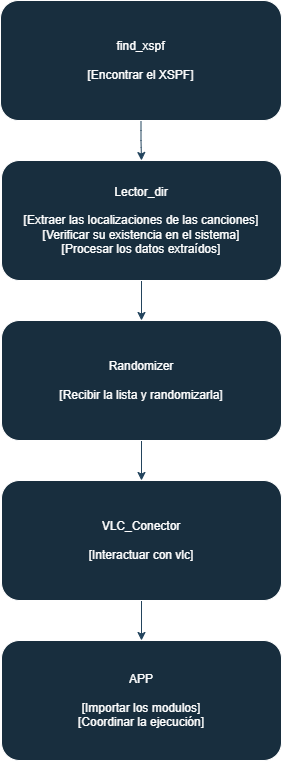
This is Diagrama_de_arquitectura.png from VoctorSN/Proyecto_Diciembre, a draw.io export, as it was before one commit. Source tidied: cells renumbered, new cells last; positions are measured from the earlier drawing's top-left corner, leaving out a move shared by most shapes. Source of this version:
```xml
<mxGraphModel>
  <root>
    <mxCell id="0" />
    <mxCell id="1" parent="0" />
    <mxCell id="2" style="edgeStyle=orthogonalEdgeStyle;rounded=1;jettySize=auto;html=1;exitX=0.5;exitY=1;exitDx=0;exitDy=0;entryX=0.5;entryY=0;entryDx=0;entryDy=0;labelBackgroundColor=none;strokeColor=#23445D;fontColor=default;" parent="1" edge="1" source="3" target="5">
      <mxGeometry relative="1" as="geometry" />
    </mxCell>
    <mxCell id="3" value="find_xspf&lt;br&gt;&lt;br&gt;[Encontrar el XSPF]" style="rounded=1;whiteSpace=wrap;html=1;labelBackgroundColor=none;fillColor=#182E3E;strokeColor=#FFFFFF;fontColor=#FFFFFF;" parent="1" vertex="1">
      <mxGeometry width="281" height="120" as="geometry" />
    </mxCell>
    <mxCell id="4" style="edgeStyle=orthogonalEdgeStyle;rounded=1;jettySize=auto;html=1;exitX=0.5;exitY=1;exitDx=0;exitDy=0;entryX=0.5;entryY=0;entryDx=0;entryDy=0;labelBackgroundColor=none;strokeColor=#23445D;fontColor=default;" parent="1" edge="1" source="5" target="7">
      <mxGeometry relative="1" as="geometry" />
    </mxCell>
    <mxCell id="5" value="Lector_dir&lt;br&gt;&lt;br&gt;[Extraer las localizaciones de las canciones]&lt;br&gt;[Verificar su existencia en el sistema]&lt;br&gt;[Procesar los datos extraídos]" style="rounded=1;whiteSpace=wrap;html=1;labelBackgroundColor=none;fillColor=#182E3E;strokeColor=#FFFFFF;fontColor=#FFFFFF;" parent="1" vertex="1">
      <mxGeometry x="1" y="160" width="280" height="120" as="geometry" />
    </mxCell>
    <mxCell id="6" style="edgeStyle=orthogonalEdgeStyle;rounded=1;jettySize=auto;html=1;exitX=0.5;exitY=1;exitDx=0;exitDy=0;entryX=0.5;entryY=0;entryDx=0;entryDy=0;labelBackgroundColor=none;strokeColor=#23445D;fontColor=default;" parent="1" edge="1" source="7" target="9">
      <mxGeometry relative="1" as="geometry" />
    </mxCell>
    <mxCell id="7" value="Randomizer&lt;br&gt;&lt;br&gt;[Recibir la lista y randomizarla]" style="rounded=1;whiteSpace=wrap;html=1;labelBackgroundColor=none;fillColor=#182E3E;strokeColor=#FFFFFF;fontColor=#FFFFFF;" parent="1" vertex="1">
      <mxGeometry x="1" y="320" width="280" height="120" as="geometry" />
    </mxCell>
    <mxCell id="8" style="edgeStyle=orthogonalEdgeStyle;rounded=1;jettySize=auto;html=1;exitX=0.5;exitY=1;exitDx=0;exitDy=0;entryX=0.5;entryY=0;entryDx=0;entryDy=0;labelBackgroundColor=none;strokeColor=#23445D;fontColor=default;" parent="1" edge="1" source="9" target="10">
      <mxGeometry relative="1" as="geometry" />
    </mxCell>
    <mxCell id="9" value="VLC_Conector&lt;br&gt;&lt;br&gt;[Interactuar con vlc]" style="rounded=1;whiteSpace=wrap;html=1;labelBackgroundColor=none;fillColor=#182E3E;strokeColor=#FFFFFF;fontColor=#FFFFFF;" parent="1" vertex="1">
      <mxGeometry x="1" y="480" width="280" height="120" as="geometry" />
    </mxCell>
    <mxCell id="10" value="APP&lt;br&gt;&lt;br&gt;[Importar los modulos]&lt;br&gt;[Coordinar la ejecución]" style="rounded=1;whiteSpace=wrap;html=1;labelBackgroundColor=none;fillColor=#182E3E;strokeColor=#FFFFFF;fontColor=#FFFFFF;" parent="1" vertex="1">
      <mxGeometry x="1" y="640" width="280" height="120" as="geometry" />
    </mxCell>
  </root>
</mxGraphModel>
```
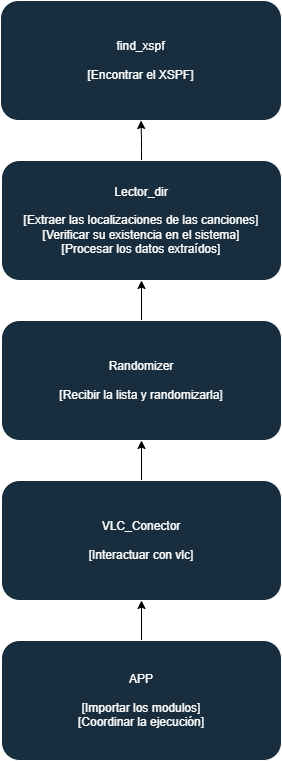
The same diagram one commit later.

Commit message:
doc: readme y diagrama de arquitectura cambiar

Diff of the diagram source:
```diff
@@ -2,30 +2,30 @@
   <root>
     <mxCell id="0" />
     <mxCell id="1" parent="0" />
-    <mxCell id="2" style="edgeStyle=orthogonalEdgeStyle;rounded=1;jettySize=auto;html=1;exitX=0.5;exitY=1;exitDx=0;exitDy=0;entryX=0.5;entryY=0;entryDx=0;entryDy=0;labelBackgroundColor=none;strokeColor=#23445D;fontColor=default;" parent="1" edge="1" source="3" target="5">
+    <mxCell id="2" style="edgeStyle=orthogonalEdgeStyle;rounded=1;jettySize=auto;html=1;exitX=0.5;exitY=0;exitDx=0;exitDy=0;entryX=0.5;entryY=1;entryDx=0;entryDy=0;labelBackgroundColor=none;strokeColor=#000000;fontColor=default;" parent="1" edge="1" source="5" target="3">
       <mxGeometry relative="1" as="geometry" />
     </mxCell>
     <mxCell id="3" value="find_xspf&lt;br&gt;&lt;br&gt;[Encontrar el XSPF]" style="rounded=1;whiteSpace=wrap;html=1;labelBackgroundColor=none;fillColor=#182E3E;strokeColor=#FFFFFF;fontColor=#FFFFFF;" parent="1" vertex="1">
       <mxGeometry width="281" height="120" as="geometry" />
     </mxCell>
-    <mxCell id="4" style="edgeStyle=orthogonalEdgeStyle;rounded=1;jettySize=auto;html=1;exitX=0.5;exitY=1;exitDx=0;exitDy=0;entryX=0.5;entryY=0;entryDx=0;entryDy=0;labelBackgroundColor=none;strokeColor=#23445D;fontColor=default;" parent="1" edge="1" source="5" target="7">
-      <mxGeometry relative="1" as="geometry" />
-    </mxCell>
     <mxCell id="5" value="Lector_dir&lt;br&gt;&lt;br&gt;[Extraer las localizaciones de las canciones]&lt;br&gt;[Verificar su existencia en el sistema]&lt;br&gt;[Procesar los datos extraídos]" style="rounded=1;whiteSpace=wrap;html=1;labelBackgroundColor=none;fillColor=#182E3E;strokeColor=#FFFFFF;fontColor=#FFFFFF;" parent="1" vertex="1">
       <mxGeometry x="1" y="160" width="280" height="120" as="geometry" />
     </mxCell>
-    <mxCell id="6" style="edgeStyle=orthogonalEdgeStyle;rounded=1;jettySize=auto;html=1;exitX=0.5;exitY=1;exitDx=0;exitDy=0;entryX=0.5;entryY=0;entryDx=0;entryDy=0;labelBackgroundColor=none;strokeColor=#23445D;fontColor=default;" parent="1" edge="1" source="7" target="9">
-      <mxGeometry relative="1" as="geometry" />
-    </mxCell>
+    <mxCell id="11" style="edgeStyle=orthogonalEdgeStyle;rounded=0;jettySize=auto;html=1;exitX=0.5;exitY=0;exitDx=0;exitDy=0;entryX=0.5;entryY=1;entryDx=0;entryDy=0;" parent="1" edge="1" source="7" target="5">
+      <mxGeometry relative="1" as="geometry" />
+    </mxCell>
     <mxCell id="7" value="Randomizer&lt;br&gt;&lt;br&gt;[Recibir la lista y randomizarla]" style="rounded=1;whiteSpace=wrap;html=1;labelBackgroundColor=none;fillColor=#182E3E;strokeColor=#FFFFFF;fontColor=#FFFFFF;" parent="1" vertex="1">
       <mxGeometry x="1" y="320" width="280" height="120" as="geometry" />
     </mxCell>
-    <mxCell id="8" style="edgeStyle=orthogonalEdgeStyle;rounded=1;jettySize=auto;html=1;exitX=0.5;exitY=1;exitDx=0;exitDy=0;entryX=0.5;entryY=0;entryDx=0;entryDy=0;labelBackgroundColor=none;strokeColor=#23445D;fontColor=default;" parent="1" edge="1" source="9" target="10">
-      <mxGeometry relative="1" as="geometry" />
-    </mxCell>
+    <mxCell id="12" style="edgeStyle=orthogonalEdgeStyle;rounded=0;jettySize=auto;html=1;exitX=0.5;exitY=0;exitDx=0;exitDy=0;entryX=0.5;entryY=1;entryDx=0;entryDy=0;" parent="1" edge="1" source="9" target="7">
+      <mxGeometry relative="1" as="geometry" />
+    </mxCell>
     <mxCell id="9" value="VLC_Conector&lt;br&gt;&lt;br&gt;[Interactuar con vlc]" style="rounded=1;whiteSpace=wrap;html=1;labelBackgroundColor=none;fillColor=#182E3E;strokeColor=#FFFFFF;fontColor=#FFFFFF;" parent="1" vertex="1">
       <mxGeometry x="1" y="480" width="280" height="120" as="geometry" />
     </mxCell>
+    <mxCell id="13" style="edgeStyle=orthogonalEdgeStyle;rounded=0;jettySize=auto;html=1;exitX=0.5;exitY=0;exitDx=0;exitDy=0;entryX=0.5;entryY=1;entryDx=0;entryDy=0;" parent="1" edge="1" source="10" target="9">
+      <mxGeometry relative="1" as="geometry" />
+    </mxCell>
     <mxCell id="10" value="APP&lt;br&gt;&lt;br&gt;[Importar los modulos]&lt;br&gt;[Coordinar la ejecución]" style="rounded=1;whiteSpace=wrap;html=1;labelBackgroundColor=none;fillColor=#182E3E;strokeColor=#FFFFFF;fontColor=#FFFFFF;" parent="1" vertex="1">
       <mxGeometry x="1" y="640" width="280" height="120" as="geometry" />
     </mxCell>
```
